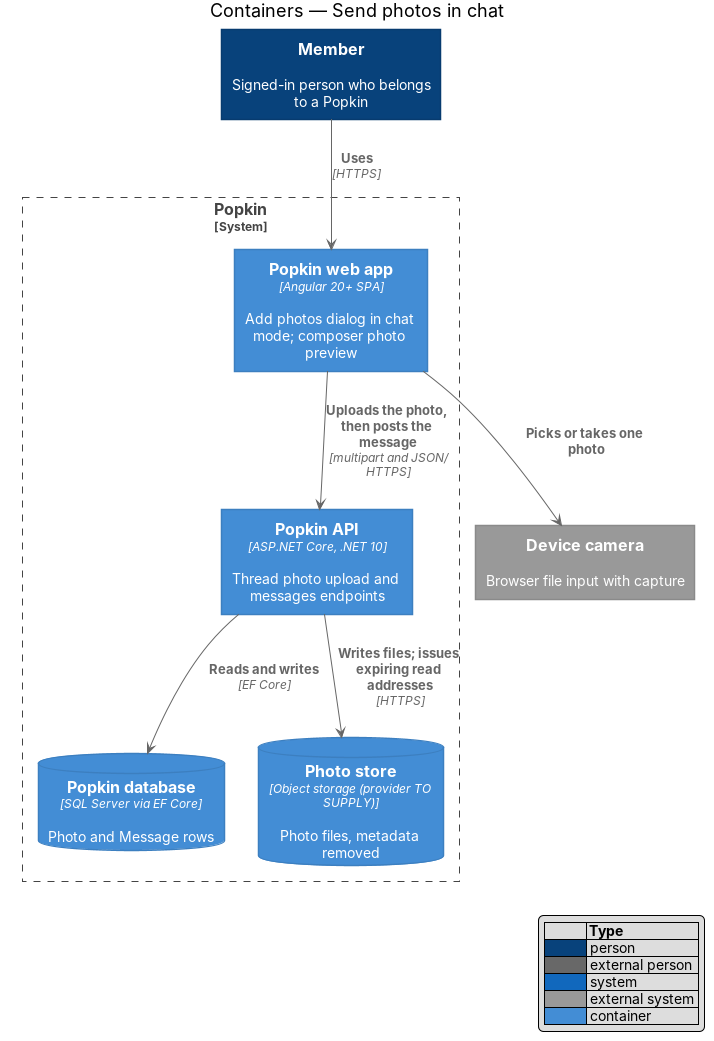
The PlantUML diagram docs/detailed-designs/chat/send-photos-in-chat/diagrams/c4-container.png in QuinntyneBrown/popkin, before a commit. Its source is kept beside it as docs/detailed-designs/chat/send-photos-in-chat/diagrams/c4-container.puml. Source of this version:
```plantuml
@startuml
!include <C4/C4_Container>
LAYOUT_WITH_LEGEND()
title Containers — Send photos in chat

Person(member, "Member", "Signed-in person who belongs to a Popkin")
System_Ext(camera, "Device camera", "Browser file input with capture")
System_Boundary(popkin, "Popkin") {
  Container(spa, "Popkin web app", "Angular 20+ SPA", "Add photos dialog in chat mode; composer photo preview")
  Container(api, "Popkin API", "ASP.NET Core, .NET 10", "Thread photo upload and messages endpoints")
  ContainerDb(db, "Popkin database", "SQL Server via EF Core", "Photo and Message rows")
  ContainerDb(store, "Photo store", "Object storage (provider TO SUPPLY)", "Photo files, metadata removed")
}
Rel(member, spa, "Uses", "HTTPS")
Rel(spa, camera, "Picks or takes one photo")
Rel(spa, api, "Uploads the photo, then posts the message", "multipart and JSON/HTTPS")
Rel(api, store, "Writes files; issues expiring read addresses", "HTTPS")
Rel(api, db, "Reads and writes", "EF Core")
@enduml
```
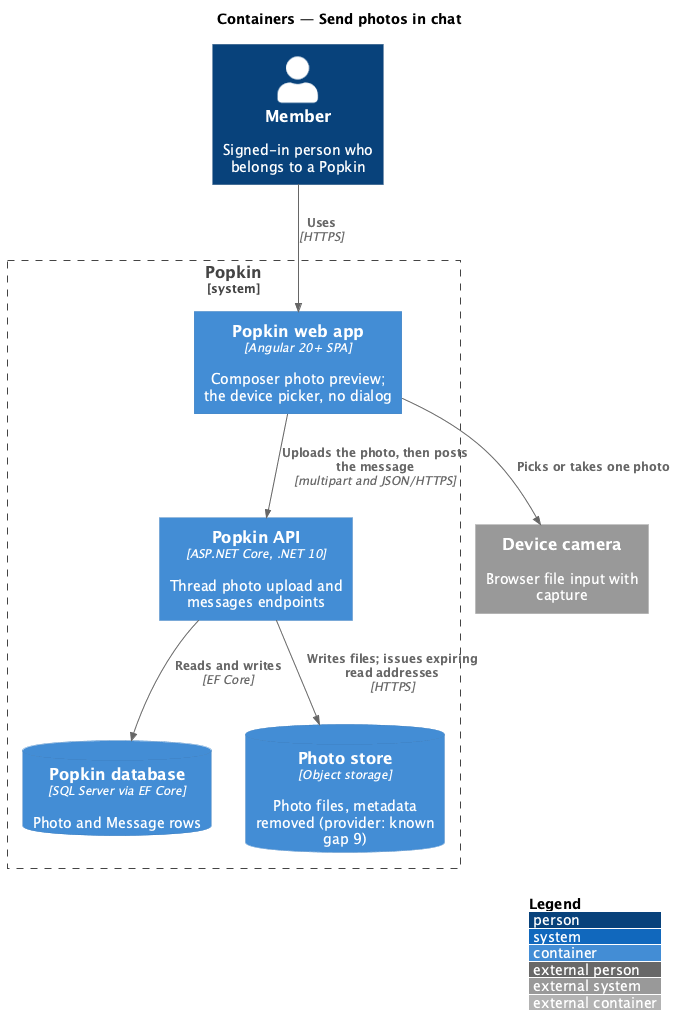
Above is the later version.

Commit message:
Settle the design of sending photos in chat

Diff of the diagram source:
```diff
@@ -6,10 +6,10 @@
 Person(member, "Member", "Signed-in person who belongs to a Popkin")
 System_Ext(camera, "Device camera", "Browser file input with capture")
 System_Boundary(popkin, "Popkin") {
-  Container(spa, "Popkin web app", "Angular 20+ SPA", "Add photos dialog in chat mode; composer photo preview")
+  Container(spa, "Popkin web app", "Angular 20+ SPA", "Composer photo preview; the device picker, no dialog")
   Container(api, "Popkin API", "ASP.NET Core, .NET 10", "Thread photo upload and messages endpoints")
   ContainerDb(db, "Popkin database", "SQL Server via EF Core", "Photo and Message rows")
-  ContainerDb(store, "Photo store", "Object storage (provider TO SUPPLY)", "Photo files, metadata removed")
+  ContainerDb(store, "Photo store", "Object storage", "Photo files, metadata removed (provider: known gap 9)")
 }
 Rel(member, spa, "Uses", "HTTPS")
 Rel(spa, camera, "Picks or takes one photo")
```
